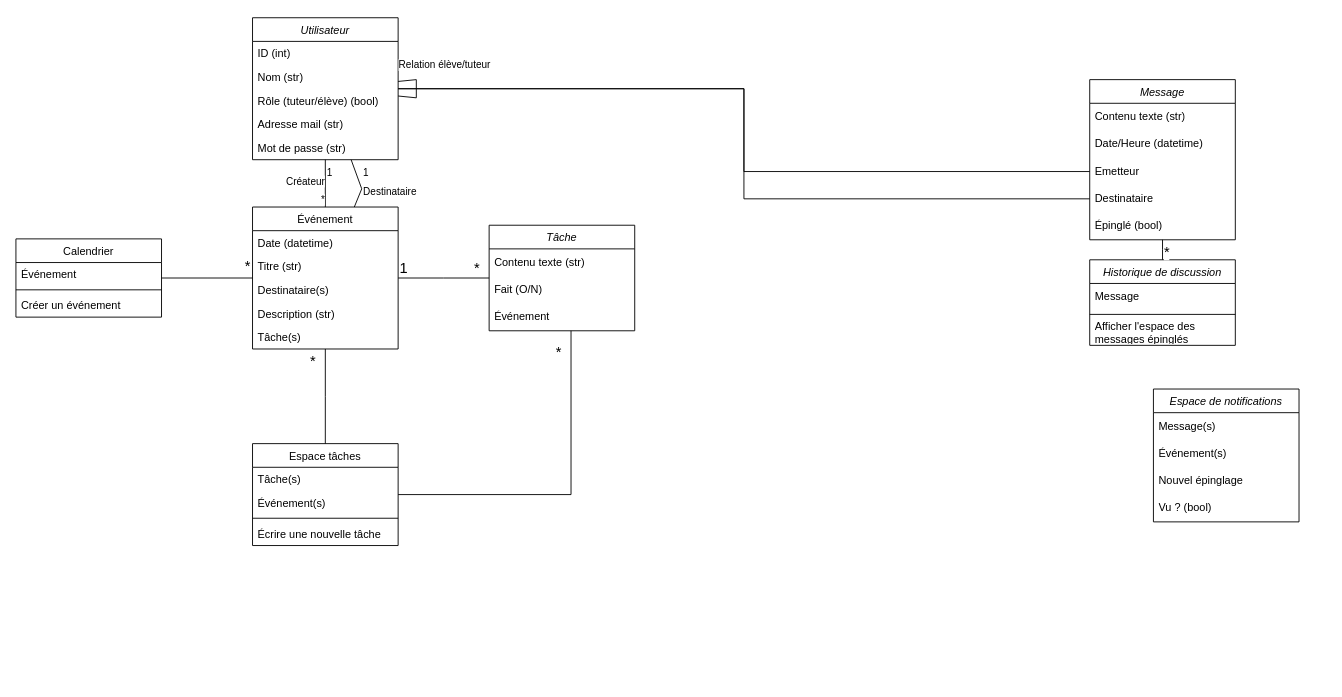
The draw.io diagram OC3-UML-Homeskolar-class-diag.drawio in AlyxEugenot/OC-Courses, before the edit. Source tidied: cells renumbered, new cells numbered last; positions are measured from the earlier drawing's top-left corner, leaving out a move shared by most shapes. Both pictures are drawn from the tidied source at 91%, with x=0, y=0 at pixel (15, 17).
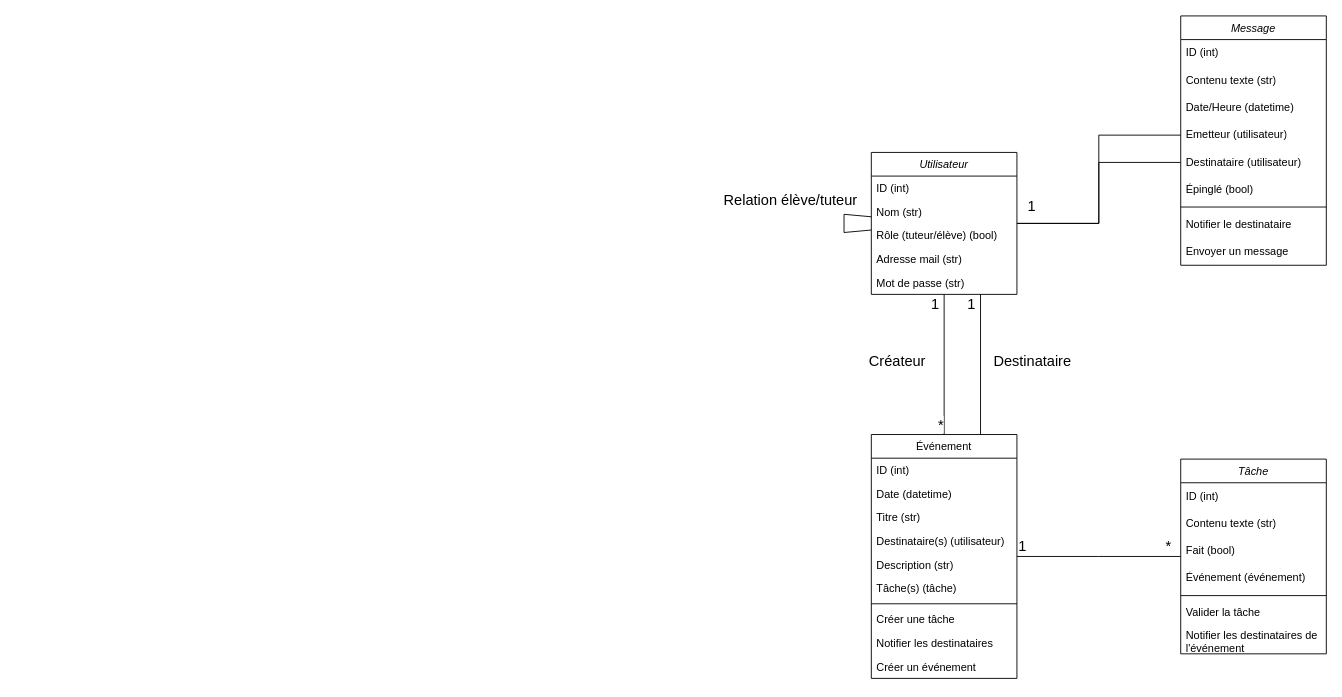
After the change.

Commit message:
Mettre à jour OC3-UML-Homeskolar-class-diag.drawio

The change refers to these unchanged cells:
```xml
<mxCell id="55" style="endArrow=none;html=1;rounded=0;endFill=0;" parent="1" edge="1" source="2" target="16">
  <mxGeometry relative="1" as="geometry" />
</mxCell>
```

Change to the diagram source:
```diff
@@
     <mxCell id="2" value="Utilisateur" style="swimlane;fontStyle=2;align=center;verticalAlign=top;horizontal=1;startSize=26;rounded=0;shadow=0;strokeWidth=1;" parent="1" vertex="1">
-      <mxGeometry x="260" width="160" height="156" as="geometry" />
+      <mxGeometry x="940" y="148" width="160" height="156" as="geometry" />
     </mxCell>
@@
-    <mxCell id="8" value="Calendrier" style="swimlane;fontStyle=0;align=center;verticalAlign=top;horizontal=1;startSize=26;rounded=0;shadow=0;strokeWidth=1;" parent="1" vertex="1">
-      <mxGeometry y="243" width="160" height="86" as="geometry" />
-    </mxCell>
-    <mxCell id="9" value="Événement" style="text;align=left;verticalAlign=top;spacingLeft=4;spacingRight=4;overflow=hidden;" parent="8" vertex="1">
-      <mxGeometry y="26" width="160" height="26" as="geometry" />
-    </mxCell>
-    <mxCell id="10" style="line;html=1;strokeWidth=1;align=left;verticalAlign=middle;spacingTop=-1;spacingLeft=3;spacingRight=3;labelPosition=right;" parent="8" vertex="1">
-      <mxGeometry y="52" width="160" height="8" as="geometry" />
-    </mxCell>
-    <mxCell id="11" value="Créer un événement" style="text;align=left;verticalAlign=top;spacingLeft=4;spacingRight=4;overflow=hidden;" parent="8" vertex="1">
-      <mxGeometry y="60" width="160" height="26" as="geometry" />
-    </mxCell>
-    <mxCell id="12" value="Historique de discussion" style="swimlane;fontStyle=2;align=center;verticalAlign=top;horizontal=1;startSize=26;rounded=0;shadow=0;strokeWidth=1;" parent="1" vertex="1">
-      <mxGeometry x="1180" y="266" width="160" height="94" as="geometry" />
-    </mxCell>
-    <mxCell id="13" value="Message" style="text;strokeColor=none;fillColor=none;align=left;verticalAlign=middle;spacingLeft=4;spacingRight=4;overflow=hidden;whiteSpace=wrap;html=1;" parent="12" vertex="1">
-      <mxGeometry y="26" width="160" height="30" as="geometry" />
-    </mxCell>
-    <mxCell id="14" style="line;html=1;strokeWidth=1;align=left;verticalAlign=middle;spacingTop=-1;spacingLeft=3;spacingRight=3;labelPosition=right;" parent="12" vertex="1">
-      <mxGeometry y="56" width="160" height="8" as="geometry" />
-    </mxCell>
-    <mxCell id="15" value="Afficher l'espace des messages épinglés" style="text;strokeColor=none;fillColor=none;align=left;verticalAlign=middle;spacingLeft=4;spacingRight=4;overflow=hidden;whiteSpace=wrap;html=1;" parent="12" vertex="1">
-      <mxGeometry y="64" width="160" height="30" as="geometry" />
-    </mxCell>
     <mxCell id="16" value="Événement" style="swimlane;fontStyle=0;align=center;verticalAlign=top;horizontal=1;startSize=26;rounded=0;shadow=0;strokeWidth=1;" parent="1" vertex="1">
-      <mxGeometry x="260" y="208" width="160" height="156" as="geometry" />
+      <mxGeometry x="940" y="458" width="160" height="268" as="geometry" />
     </mxCell>
+    <mxCell id="64" value="ID (int)" style="text;align=left;verticalAlign=top;spacingLeft=4;spacingRight=4;overflow=hidden;" parent="16" vertex="1">
+      <mxGeometry y="26" width="160" height="26" as="geometry" />
+    </mxCell>
     <mxCell id="17" value="Date (datetime)" style="text;align=left;verticalAlign=top;spacingLeft=4;spacingRight=4;overflow=hidden;" parent="16" vertex="1">
-      <mxGeometry y="26" width="160" height="26" as="geometry" />
+      <mxGeometry y="52" width="160" height="26" as="geometry" />
     </mxCell>
     <mxCell id="18" value="Titre (str)" style="text;align=left;verticalAlign=top;spacingLeft=4;spacingRight=4;overflow=hidden;rounded=0;shadow=0;html=0;" parent="16" vertex="1">
-      <mxGeometry y="52" width="160" height="26" as="geometry" />
+      <mxGeometry y="78" width="160" height="26" as="geometry" />
     </mxCell>
-    <mxCell id="19" value="Destinataire(s)" style="text;align=left;verticalAlign=top;spacingLeft=4;spacingRight=4;overflow=hidden;rounded=0;shadow=0;html=0;" parent="16" vertex="1">
-      <mxGeometry y="78" width="160" height="26" as="geometry" />
+    <mxCell id="19" value="Destinataire(s) (utilisateur)" style="text;align=left;verticalAlign=top;spacingLeft=4;spacingRight=4;overflow=hidden;rounded=0;shadow=0;html=0;" parent="16" vertex="1">
+      <mxGeometry y="104" width="160" height="26" as="geometry" />
     </mxCell>
     <mxCell id="20" value="Description (str)" style="text;align=left;verticalAlign=top;spacingLeft=4;spacingRight=4;overflow=hidden;rounded=0;shadow=0;html=0;" parent="16" vertex="1">
-      <mxGeometry y="104" width="160" height="26" as="geometry" />
+      <mxGeometry y="130" width="160" height="26" as="geometry" />
     </mxCell>
-    <mxCell id="21" value="Tâche(s)" style="text;align=left;verticalAlign=top;spacingLeft=4;spacingRight=4;overflow=hidden;rounded=0;shadow=0;html=0;" parent="16" vertex="1">
-      <mxGeometry y="130" width="160" height="26" as="geometry" />
+    <mxCell id="21" value="Tâche(s) (tâche)" style="text;align=left;verticalAlign=top;spacingLeft=4;spacingRight=4;overflow=hidden;rounded=0;shadow=0;html=0;" parent="16" vertex="1">
+      <mxGeometry y="156" width="160" height="26" as="geometry" />
     </mxCell>
+    <mxCell id="65" style="line;strokeWidth=1;fillColor=none;align=left;verticalAlign=middle;spacingTop=-1;spacingLeft=3;spacingRight=3;labelPosition=right;strokeColor=inherit;" parent="16" vertex="1">
+      <mxGeometry y="182" width="160" height="8" as="geometry" />
+    </mxCell>
+    <mxCell id="66" value="Créer une tâche" style="text;align=left;verticalAlign=top;spacingLeft=4;spacingRight=4;overflow=hidden;rounded=0;shadow=0;html=0;" parent="16" vertex="1">
+      <mxGeometry y="190" width="160" height="26" as="geometry" />
+    </mxCell>
+    <mxCell id="67" value="Notifier les destinataires" style="text;align=left;verticalAlign=top;spacingLeft=4;spacingRight=4;overflow=hidden;rounded=0;shadow=0;html=0;" parent="16" vertex="1">
+      <mxGeometry y="216" width="160" height="26" as="geometry" />
+    </mxCell>
+    <mxCell id="11" value="Créer un événement" style="text;align=left;verticalAlign=top;spacingLeft=4;spacingRight=4;overflow=hidden;rounded=0;shadow=0;html=0;" parent="16" vertex="1">
+      <mxGeometry y="242" width="160" height="26" as="geometry" />
+    </mxCell>
     <mxCell id="22" value="Message" style="swimlane;fontStyle=2;align=center;verticalAlign=top;horizontal=1;startSize=26;rounded=0;shadow=0;strokeWidth=1;" parent="1" vertex="1">
-      <mxGeometry x="1180" y="68" width="160" height="176" as="geometry" />
+      <mxGeometry x="1280" y="-2" width="160" height="274" as="geometry" />
     </mxCell>
+    <mxCell id="68" value="&lt;div&gt;ID (int)&lt;br&gt;&lt;/div&gt;" style="text;strokeColor=none;fillColor=none;align=left;verticalAlign=middle;spacingLeft=4;spacingRight=4;overflow=hidden;whiteSpace=wrap;html=1;" parent="22" vertex="1">
+      <mxGeometry y="26" width="160" height="30" as="geometry" />
+    </mxCell>
     <mxCell id="23" value="&lt;div&gt;Contenu texte (str)&lt;/div&gt;" style="text;strokeColor=none;fillColor=none;align=left;verticalAlign=middle;spacingLeft=4;spacingRight=4;overflow=hidden;whiteSpace=wrap;html=1;" parent="22" vertex="1">
-      <mxGeometry y="26" width="160" height="30" as="geometry" />
+      <mxGeometry y="56" width="160" height="30" as="geometry" />
     </mxCell>
     <mxCell id="24" value="Date/Heure (datetime)" style="text;strokeColor=none;fillColor=none;align=left;verticalAlign=middle;spacingLeft=4;spacingRight=4;overflow=hidden;whiteSpace=wrap;html=1;" parent="22" vertex="1">
-      <mxGeometry y="56" width="160" height="30" as="geometry" />
+      <mxGeometry y="86" width="160" height="30" as="geometry" />
     </mxCell>
-    <mxCell id="25" value="Emetteur" style="text;strokeColor=none;fillColor=none;align=left;verticalAlign=middle;spacingLeft=4;spacingRight=4;overflow=hidden;points=[[0,0.5],[1,0.5]];portConstraint=eastwest;whiteSpace=wrap;html=1;" parent="22" vertex="1">
-      <mxGeometry y="86" width="160" height="30" as="geometry" />
+    <mxCell id="25" value="Emetteur (utilisateur)" style="text;strokeColor=none;fillColor=none;align=left;verticalAlign=middle;spacingLeft=4;spacingRight=4;overflow=hidden;points=[[0,0.5],[1,0.5]];portConstraint=eastwest;whiteSpace=wrap;html=1;" parent="22" vertex="1">
+      <mxGeometry y="116" width="160" height="30" as="geometry" />
     </mxCell>
-    <mxCell id="26" value="Destinataire" style="text;strokeColor=none;fillColor=none;align=left;verticalAlign=middle;spacingLeft=4;spacingRight=4;overflow=hidden;points=[[0,0.5],[1,0.5]];portConstraint=eastwest;whiteSpace=wrap;html=1;" parent="22" vertex="1">
-      <mxGeometry y="116" width="160" height="30" as="geometry" />
+    <mxCell id="26" value="Destinataire (utilisateur)" style="text;strokeColor=none;fillColor=none;align=left;verticalAlign=middle;spacingLeft=4;spacingRight=4;overflow=hidden;points=[[0,0.5],[1,0.5]];portConstraint=eastwest;whiteSpace=wrap;html=1;" parent="22" vertex="1">
+      <mxGeometry y="146" width="160" height="30" as="geometry" />
     </mxCell>
     <mxCell id="27" value="Épinglé (bool)" style="text;strokeColor=none;fillColor=none;align=left;verticalAlign=middle;spacingLeft=4;spacingRight=4;overflow=hidden;whiteSpace=wrap;html=1;" parent="22" vertex="1">
-      <mxGeometry y="146" width="160" height="30" as="geometry" />
+      <mxGeometry y="176" width="160" height="30" as="geometry" />
     </mxCell>
-    <mxCell id="28" value="Espace tâches" style="swimlane;fontStyle=0;align=center;verticalAlign=top;horizontal=1;startSize=26;rounded=0;shadow=0;strokeWidth=1;" parent="1" vertex="1">
-      <mxGeometry x="260" y="468" width="160" height="112" as="geometry" />
-    </mxCell>
-    <mxCell id="29" value="Tâche(s)" style="text;align=left;verticalAlign=top;spacingLeft=4;spacingRight=4;overflow=hidden;" parent="28" vertex="1">
-      <mxGeometry y="26" width="160" height="26" as="geometry" />
-    </mxCell>
-    <mxCell id="30" value="Événement(s)" style="text;align=left;verticalAlign=top;spacingLeft=4;spacingRight=4;overflow=hidden;" parent="28" vertex="1">
-      <mxGeometry y="52" width="160" height="26" as="geometry" />
-    </mxCell>
-    <mxCell id="31" style="line;strokeWidth=1;fillColor=none;align=left;verticalAlign=middle;spacingTop=-1;spacingLeft=3;spacingRight=3;labelPosition=right;strokeColor=inherit;" parent="28" vertex="1">
-      <mxGeometry y="78" width="160" height="8" as="geometry" />
-    </mxCell>
-    <mxCell id="32" value="Écrire une nouvelle tâche" style="text;align=left;verticalAlign=top;spacingLeft=4;spacingRight=4;overflow=hidden;" parent="28" vertex="1">
-      <mxGeometry y="86" width="160" height="26" as="geometry" />
-    </mxCell>
+    <mxCell id="69" style="line;strokeWidth=1;fillColor=none;align=left;verticalAlign=middle;spacingTop=-1;spacingLeft=3;spacingRight=3;labelPosition=right;strokeColor=inherit;" parent="22" vertex="1">
+      <mxGeometry y="206" width="160" height="8" as="geometry" />
+    </mxCell>
+    <mxCell id="70" value="Notifier le destinataire" style="text;strokeColor=none;fillColor=none;align=left;verticalAlign=middle;spacingLeft=4;spacingRight=4;overflow=hidden;whiteSpace=wrap;html=1;" parent="22" vertex="1">
+      <mxGeometry y="214" width="160" height="30" as="geometry" />
+    </mxCell>
+    <mxCell id="71" value="Envoyer un message" style="text;strokeColor=none;fillColor=none;align=left;verticalAlign=middle;spacingLeft=4;spacingRight=4;overflow=hidden;whiteSpace=wrap;html=1;" parent="22" vertex="1">
+      <mxGeometry y="244" width="160" height="30" as="geometry" />
+    </mxCell>
     <mxCell id="33" value="Tâche" style="swimlane;fontStyle=2;align=center;verticalAlign=top;horizontal=1;startSize=26;rounded=0;shadow=0;strokeWidth=1;" parent="1" vertex="1">
-      <mxGeometry x="520" y="228" width="160" height="116" as="geometry" />
+      <mxGeometry x="1280" y="485" width="160" height="214" as="geometry" />
     </mxCell>
+    <mxCell id="72" value="ID (int)" style="text;strokeColor=none;fillColor=none;align=left;verticalAlign=middle;spacingLeft=4;spacingRight=4;overflow=hidden;whiteSpace=wrap;html=1;" parent="33" vertex="1">
+      <mxGeometry y="26" width="160" height="30" as="geometry" />
+    </mxCell>
     <mxCell id="34" value="&lt;div&gt;Contenu texte (str)&lt;/div&gt;" style="text;strokeColor=none;fillColor=none;align=left;verticalAlign=middle;spacingLeft=4;spacingRight=4;overflow=hidden;whiteSpace=wrap;html=1;" parent="33" vertex="1">
-      <mxGeometry y="26" width="160" height="30" as="geometry" />
+      <mxGeometry y="56" width="160" height="30" as="geometry" />
     </mxCell>
-    <mxCell id="35" value="Fait (O/N)" style="text;strokeColor=none;fillColor=none;align=left;verticalAlign=middle;spacingLeft=4;spacingRight=4;overflow=hidden;whiteSpace=wrap;html=1;" parent="33" vertex="1">
-      <mxGeometry y="56" width="160" height="30" as="geometry" />
+    <mxCell id="35" value="Fait (bool)" style="text;strokeColor=none;fillColor=none;align=left;verticalAlign=middle;spacingLeft=4;spacingRight=4;overflow=hidden;whiteSpace=wrap;html=1;" parent="33" vertex="1">
+      <mxGeometry y="86" width="160" height="30" as="geometry" />
     </mxCell>
-    <mxCell id="36" value="Événement" style="text;strokeColor=none;fillColor=none;align=left;verticalAlign=middle;spacingLeft=4;spacingRight=4;overflow=hidden;whiteSpace=wrap;html=1;" parent="33" vertex="1">
-      <mxGeometry y="86" width="160" height="30" as="geometry" />
+    <mxCell id="36" value="&lt;div&gt;Événement (événement)&lt;/div&gt;" style="text;strokeColor=none;fillColor=none;align=left;verticalAlign=middle;spacingLeft=4;spacingRight=4;overflow=hidden;whiteSpace=wrap;html=1;" parent="33" vertex="1">
+      <mxGeometry y="116" width="160" height="30" as="geometry" />
     </mxCell>
+    <mxCell id="73" style="line;strokeWidth=1;fillColor=none;align=left;verticalAlign=middle;spacingTop=-1;spacingLeft=3;spacingRight=3;labelPosition=right;strokeColor=inherit;" parent="33" vertex="1">
+      <mxGeometry y="146" width="160" height="8" as="geometry" />
+    </mxCell>
+    <mxCell id="74" value="Valider la tâche" style="text;strokeColor=none;fillColor=none;align=left;verticalAlign=middle;spacingLeft=4;spacingRight=4;overflow=hidden;whiteSpace=wrap;html=1;" parent="33" vertex="1">
+      <mxGeometry y="154" width="160" height="30" as="geometry" />
+    </mxCell>
+    <mxCell id="75" value="Notifier les destinataires de l'événement" style="text;strokeColor=none;fillColor=none;align=left;verticalAlign=middle;spacingLeft=4;spacingRight=4;overflow=hidden;whiteSpace=wrap;html=1;" parent="33" vertex="1">
+      <mxGeometry y="184" width="160" height="30" as="geometry" />
+    </mxCell>
@@
-    <mxCell id="40" style="endArrow=none;html=1;rounded=0;edgeStyle=elbowEdgeStyle;endFill=0;" parent="1" edge="1" source="16" target="8">
-      <mxGeometry relative="1" as="geometry" />
-    </mxCell>
-    <mxCell id="41" value="*" style="edgeLabel;html=1;align=left;verticalAlign=bottom;fontSize=16;" parent="40" vertex="1">
-      <mxGeometry x="-1" relative="1" as="geometry">
-        <mxPoint x="-10" y="-2" as="offset" />
-      </mxGeometry>
-    </mxCell>
-    <mxCell id="42" style="endArrow=none;html=1;rounded=0;edgeStyle=elbowEdgeStyle;endFill=0;" parent="1" edge="1" source="28" target="33">
-      <mxGeometry relative="1" as="geometry">
-        <Array as="points">
-          <mxPoint x="610" y="408" />
-        </Array>
-      </mxGeometry>
-    </mxCell>
-    <mxCell id="43" value="*" style="edgeLabel;html=1;align=right;verticalAlign=bottom;fontSize=16;" parent="42" vertex="1">
-      <mxGeometry x="1" relative="1" as="geometry">
-        <mxPoint x="-10" y="34" as="offset" />
-      </mxGeometry>
-    </mxCell>
-    <mxCell id="44" style="endArrow=none;html=1;rounded=0;edgeStyle=elbowEdgeStyle;endFill=0;" parent="1" edge="1" source="28" target="16">
-      <mxGeometry relative="1" as="geometry" />
-    </mxCell>
-    <mxCell id="45" value="*" style="edgeLabel;html=1;align=right;verticalAlign=bottom;fontSize=16;" parent="44" vertex="1">
-      <mxGeometry x="1" relative="1" as="geometry">
-        <mxPoint x="-10" y="24" as="offset" />
-      </mxGeometry>
-    </mxCell>
-    <mxCell id="46" style="endArrow=none;html=1;rounded=0;edgeStyle=elbowEdgeStyle;endFill=0;" parent="1" edge="1" source="22" target="12">
-      <mxGeometry relative="1" as="geometry" />
-    </mxCell>
-    <mxCell id="47" value="*" style="edgeLabel;html=1;align=left;verticalAlign=bottom;fontSize=16;" parent="46" vertex="1">
-      <mxGeometry x="-1" relative="1" as="geometry">
-        <mxPoint y="24" as="offset" />
-      </mxGeometry>
-    </mxCell>
-    <mxCell id="48" value="Espace de notifications" style="swimlane;fontStyle=2;align=center;verticalAlign=top;horizontal=1;startSize=26;rounded=0;shadow=0;strokeWidth=1;" parent="1" vertex="1">
-      <mxGeometry x="1250" y="408" width="160" height="146" as="geometry" />
-    </mxCell>
-    <mxCell id="49" value="Message(s)" style="text;strokeColor=none;fillColor=none;align=left;verticalAlign=middle;spacingLeft=4;spacingRight=4;overflow=hidden;whiteSpace=wrap;html=1;" parent="48" vertex="1">
-      <mxGeometry y="26" width="160" height="30" as="geometry" />
-    </mxCell>
-    <mxCell id="50" value="Événement(s)" style="text;strokeColor=none;fillColor=none;align=left;verticalAlign=middle;spacingLeft=4;spacingRight=4;overflow=hidden;whiteSpace=wrap;html=1;" parent="48" vertex="1">
-      <mxGeometry y="56" width="160" height="30" as="geometry" />
-    </mxCell>
-    <mxCell id="51" value="Nouvel épinglage" style="text;strokeColor=none;fillColor=none;align=left;verticalAlign=middle;spacingLeft=4;spacingRight=4;overflow=hidden;whiteSpace=wrap;html=1;" parent="48" vertex="1">
-      <mxGeometry y="86" width="160" height="30" as="geometry" />
-    </mxCell>
-    <mxCell id="52" value="Vu ? (bool)" style="text;strokeColor=none;fillColor=none;align=left;verticalAlign=middle;spacingLeft=4;spacingRight=4;overflow=hidden;whiteSpace=wrap;html=1;" parent="48" vertex="1">
-      <mxGeometry y="116" width="160" height="30" as="geometry" />
-    </mxCell>
     <mxCell id="53" style="endArrow=none;html=1;rounded=0;endFill=0;" parent="1" edge="1" source="2" target="2">
-      <mxGeometry relative="1" as="geometry" />
+      <mxGeometry relative="1" as="geometry">
+        <Array as="points">
+          <mxPoint x="910" y="228" />
+        </Array>
+      </mxGeometry>
     </mxCell>
-    <mxCell id="54" value="Relation élève/tuteur" style="edgeLabel;html=1;align=center;verticalAlign=middle;" parent="53" vertex="1">
+    <mxCell id="54" value="Relation élève/tuteur" style="edgeLabel;html=1;align=center;verticalAlign=middle;fontSize=16;" parent="53" vertex="1">
       <mxGeometry relative="1" as="geometry">
-        <mxPoint x="30" y="-26" as="offset" />
+        <mxPoint x="-60" y="-26" as="offset" />
       </mxGeometry>
     </mxCell>
@@
-    <mxCell id="56" value="1" style="edgeLabel;html=1;align=left;verticalAlign=bottom;" parent="55" vertex="1">
+    <mxCell id="56" value="1" style="edgeLabel;html=1;align=left;verticalAlign=bottom;fontSize=16;" parent="55" vertex="1">
       <mxGeometry x="-1" relative="1" as="geometry">
-        <mxPoint y="22" as="offset" />
+        <mxPoint x="-16" y="22" as="offset" />
       </mxGeometry>
     </mxCell>
-    <mxCell id="57" value="*" style="edgeLabel;html=1;align=right;verticalAlign=bottom;" parent="55" vertex="1">
+    <mxCell id="57" value="*" style="edgeLabel;html=1;align=right;verticalAlign=bottom;fontSize=16;" parent="55" vertex="1">
       <mxGeometry x="1" relative="1" as="geometry" />
     </mxCell>
-    <mxCell id="58" style="endArrow=none;html=1;rounded=0;endFill=0;" parent="1" edge="1" source="2" target="16">
-      <mxGeometry relative="1" as="geometry">
-        <Array as="points">
-          <mxPoint x="380" y="188" />
-        </Array>
-      </mxGeometry>
-    </mxCell>
-    <mxCell id="59" value="Destinataire" style="edgeLabel;html=1;align=left;verticalAlign=bottom;" parent="58" vertex="1">
-      <mxGeometry x="-1" relative="1" as="geometry">
-        <mxPoint x="12" y="43" as="offset" />
-      </mxGeometry>
-    </mxCell>
-    <mxCell id="60" value="1" style="edgeLabel;html=1;align=left;verticalAlign=bottom;" parent="1" vertex="1">
-      <mxGeometry x="380.4" y="178" as="geometry" />
-    </mxCell>
-    <mxCell id="61" value="Créateur" style="edgeLabel;html=1;align=right;verticalAlign=bottom;" parent="1" vertex="1">
-      <mxGeometry x="340" y="188" as="geometry" />
+    <mxCell id="61" value="Créateur" style="edgeLabel;html=1;align=right;verticalAlign=bottom;fontSize=16;" parent="1" vertex="1">
+      <mxGeometry x="1000" y="388" as="geometry" />
     </mxCell>
@@
+    <mxCell id="76" value="1" style="edgeLabel;html=1;align=left;verticalAlign=bottom;fontSize=16;" parent="1" vertex="1">
+      <mxGeometry x="1110" y="218" as="geometry" />
+    </mxCell>
+    <mxCell id="58" style="endArrow=none;html=1;rounded=0;endFill=0;entryX=0.75;entryY=0;entryDx=0;entryDy=0;exitX=0.75;exitY=1;exitDx=0;exitDy=0;" parent="1" edge="1" source="2" target="16">
+      <mxGeometry relative="1" as="geometry" />
+    </mxCell>
+    <mxCell id="77" value="1" style="edgeLabel;html=1;align=left;verticalAlign=bottom;fontSize=16;" parent="58" vertex="1">
+      <mxGeometry x="-1" relative="1" as="geometry">
+        <mxPoint x="-16" y="22" as="offset" />
+      </mxGeometry>
+    </mxCell>
+    <mxCell id="59" value="Destinataire" style="edgeLabel;html=1;align=right;verticalAlign=bottom;fontSize=16;" parent="1" vertex="1">
+      <mxGeometry x="1160" y="388" as="geometry" />
+    </mxCell>
```
